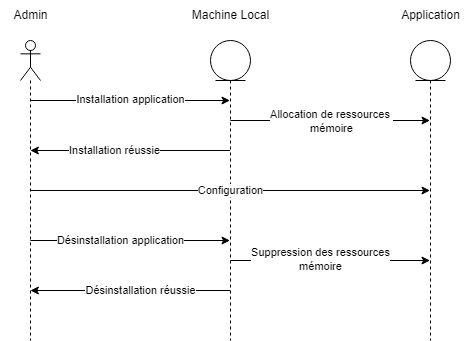
Earlier version of the draw.io export Projet/UML/Images/diagramme_seq_admin.png (Newglear/UF_projet_java). Source tidied: cells renumbered, new cells last; positions are measured from the earlier drawing's top-left corner, leaving out a move shared by most shapes.
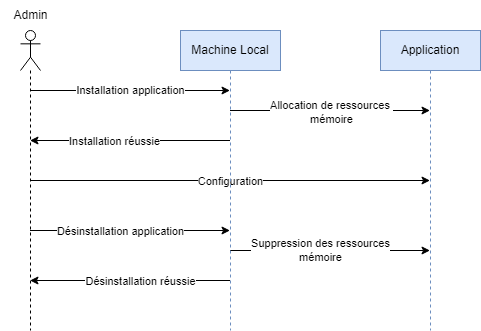
The same diagram one commit later.

Change to the diagram source:
```diff
@@ -5,22 +5,10 @@
     <mxCell id="2" style="shape=umlLifeline;participant=umlActor;perimeter=lifelinePerimeter;whiteSpace=wrap;html=1;verticalAlign=top;spacingTop=36;outlineConnect=0;" parent="1" vertex="1">
       <mxGeometry x="20" y="40" width="20" height="300" as="geometry" />
     </mxCell>
-    <mxCell id="3" style="shape=umlLifeline;participant=umlEntity;perimeter=lifelinePerimeter;whiteSpace=wrap;html=1;verticalAlign=top;spacingTop=36;outlineConnect=0;" parent="1" vertex="1">
-      <mxGeometry x="210" y="40" width="40" height="300" as="geometry" />
-    </mxCell>
-    <mxCell id="4" style="shape=umlLifeline;participant=umlEntity;perimeter=lifelinePerimeter;whiteSpace=wrap;html=1;verticalAlign=top;spacingTop=36;outlineConnect=0;" parent="1" vertex="1">
-      <mxGeometry x="410" y="40" width="40" height="300" as="geometry" />
-    </mxCell>
     <mxCell id="5" value="Admin" style="text;html=1;align=center;verticalAlign=middle;strokeColor=none;fillColor=none;" parent="1" vertex="1">
-      <mxGeometry width="60" height="30" as="geometry" />
+      <mxGeometry y="10" width="60" height="30" as="geometry" />
     </mxCell>
-    <mxCell id="6" value="Machine Local" style="text;html=1;align=center;verticalAlign=middle;points=[];strokeColor=none;fillColor=none;" parent="1" vertex="1">
-      <mxGeometry x="180" width="100" height="30" as="geometry" />
-    </mxCell>
-    <mxCell id="7" value="Application" style="text;html=1;align=center;verticalAlign=middle;points=[];strokeColor=none;fillColor=none;" parent="1" vertex="1">
-      <mxGeometry x="390" width="80" height="30" as="geometry" />
-    </mxCell>
-    <mxCell id="8" style="endArrow=classic;html=1;rounded=0;" parent="1" edge="1" source="2" target="3">
+    <mxCell id="8" style="endArrow=classic;html=1;rounded=0;" parent="1" edge="1" source="2" target="6">
       <mxGeometry relative="1" as="geometry">
         <Array as="points">
           <mxPoint x="130" y="100" />
@@ -32,7 +20,7 @@
         <mxPoint x="15" as="offset" />
       </mxGeometry>
     </mxCell>
-    <mxCell id="10" style="endArrow=classic;html=1;rounded=0;" parent="1" edge="1" source="3" target="4">
+    <mxCell id="10" style="endArrow=classic;html=1;rounded=0;" parent="1" edge="1" source="6" target="7">
       <mxGeometry relative="1" as="geometry">
         <Array as="points">
           <mxPoint x="330" y="120" />
@@ -44,7 +32,7 @@
         <mxPoint x="36" as="offset" />
       </mxGeometry>
     </mxCell>
-    <mxCell id="12" style="endArrow=classic;html=1;rounded=0;" parent="1" edge="1" source="3" target="2">
+    <mxCell id="12" style="endArrow=classic;html=1;rounded=0;" parent="1" edge="1" source="6" target="2">
       <mxGeometry relative="1" as="geometry">
         <Array as="points">
           <mxPoint x="140" y="150" />
@@ -56,7 +44,7 @@
         <mxPoint x="-32" y="1" as="offset" />
       </mxGeometry>
     </mxCell>
-    <mxCell id="14" style="endArrow=classic;html=1;rounded=0;" parent="1" edge="1" source="2" target="4">
+    <mxCell id="14" style="endArrow=classic;html=1;rounded=0;" parent="1" edge="1" source="2" target="7">
       <mxGeometry relative="1" as="geometry" />
     </mxCell>
     <mxCell id="15" value="Configuration" style="edgeLabel;html=1;align=center;verticalAlign=middle;" parent="14" vertex="1">
@@ -64,7 +52,7 @@
         <mxPoint x="75" y="-1" as="offset" />
       </mxGeometry>
     </mxCell>
-    <mxCell id="16" style="endArrow=classic;html=1;rounded=0;" parent="1" edge="1" source="2" target="3">
+    <mxCell id="16" style="endArrow=classic;html=1;rounded=0;" parent="1" edge="1" source="2" target="6">
       <mxGeometry relative="1" as="geometry">
         <Array as="points">
           <mxPoint x="130" y="240" />
@@ -74,7 +62,7 @@
     <mxCell id="17" value="Désinstallation application" style="edgeLabel;html=1;align=center;verticalAlign=middle;" parent="16" vertex="1">
       <mxGeometry x="-0.1" relative="1" as="geometry" />
     </mxCell>
-    <mxCell id="18" style="endArrow=classic;html=1;rounded=0;" parent="1" edge="1" source="3" target="4">
+    <mxCell id="18" style="endArrow=classic;html=1;rounded=0;" parent="1" edge="1" source="6" target="7">
       <mxGeometry relative="1" as="geometry">
         <Array as="points">
           <mxPoint x="330" y="260" />
@@ -86,7 +74,7 @@
         <mxPoint x="18" as="offset" />
       </mxGeometry>
     </mxCell>
-    <mxCell id="20" style="endArrow=classic;html=1;rounded=0;" parent="1" edge="1" source="3" target="2">
+    <mxCell id="20" style="endArrow=classic;html=1;rounded=0;" parent="1" edge="1" source="6" target="2">
       <mxGeometry relative="1" as="geometry">
         <Array as="points">
           <mxPoint x="130" y="290" />
@@ -98,5 +86,11 @@
         <mxPoint x="24" as="offset" />
       </mxGeometry>
     </mxCell>
+    <mxCell id="6" value="Machine Local" style="shape=umlLifeline;perimeter=lifelinePerimeter;whiteSpace=wrap;html=1;outlineConnect=0;fillColor=#dae8fc;strokeColor=#6c8ebf;" parent="1" vertex="1">
+      <mxGeometry x="180" y="40" width="100" height="300" as="geometry" />
+    </mxCell>
+    <mxCell id="7" value="Application" style="shape=umlLifeline;perimeter=lifelinePerimeter;whiteSpace=wrap;html=1;outlineConnect=0;fillColor=#dae8fc;strokeColor=#6c8ebf;" parent="1" vertex="1">
+      <mxGeometry x="380" y="40" width="100" height="300" as="geometry" />
+    </mxCell>
   </root>
 </mxGraphModel>
```
